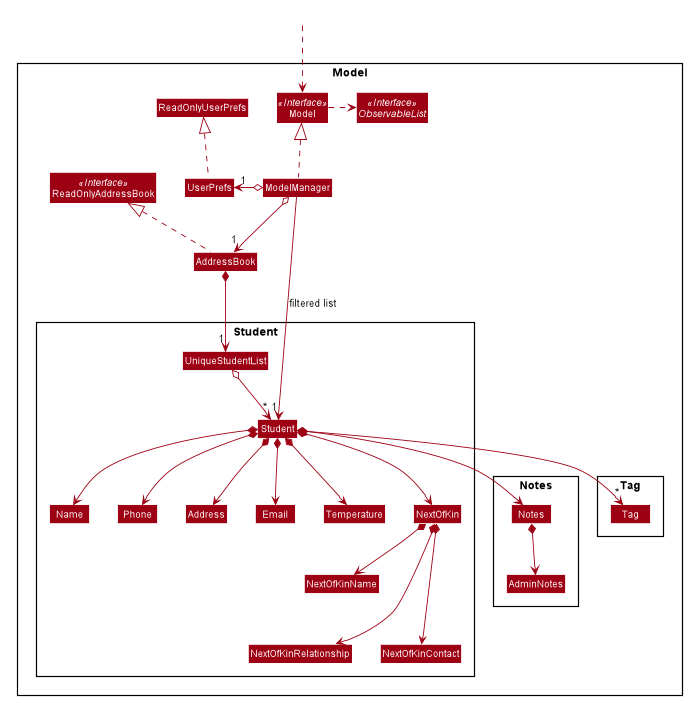
Above: docs/images/ModelClassDiagram.png in tingalinga/main (PlantUML), before the change.
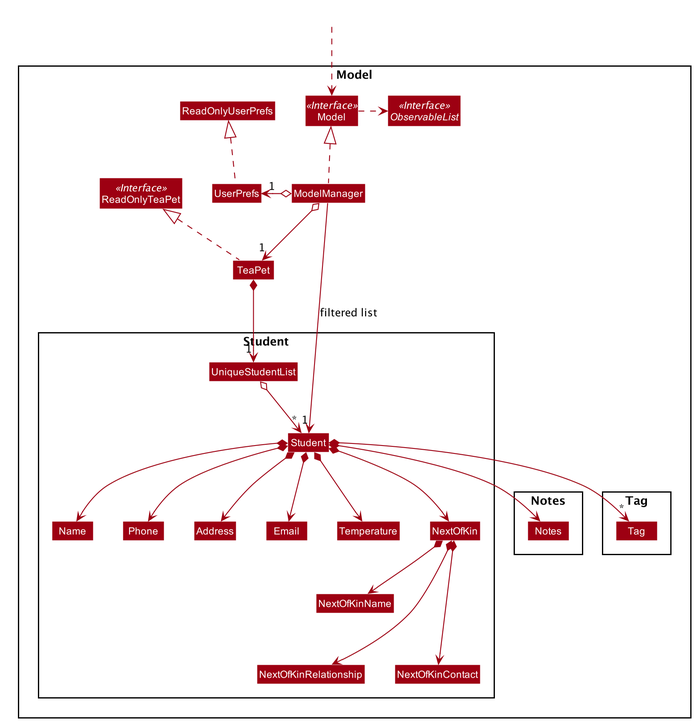
After the change.

Change to the diagram source:
```diff
@@ -52,11 +52,11 @@
 skinparam classBackgroundColor #9D0012
 
 Package Model <<Rectangle>>{
-Interface ReadOnlyAddressBook <<Interface>>
+Interface ReadOnlyTeaPet <<Interface>>
 Interface Model <<Interface>>
 Interface ObservableList <<Interface>>
-Class AddressBook
-Class ReadOnlyAddressBook
+Class TeaPet
+Class ReadOnlyTeaPet
 Class Model
 Class ModelManager
 Class UserPrefs
@@ -79,8 +79,6 @@
 
 Package Notes {
 Class Notes
-Class AdminNotes
-Notes *--> AdminNotes
 }
 
 Package Tag {
@@ -91,15 +89,15 @@
 Class HiddenOutside #FFFFFF
 HiddenOutside ..> Model
 
-AddressBook .up.|> ReadOnlyAddressBook
+TeaPet .up.|> ReadOnlyTeaPet
 
 ModelManager .up.|> Model
 Model .right.> ObservableList
-ModelManager o--> "1" AddressBook
+ModelManager o--> "1" TeaPet
 ModelManager o-left-> "1" UserPrefs
 UserPrefs .up.|> ReadOnlyUserPrefs
 
-AddressBook *--> "1" UniqueStudentList
+TeaPet *--> "1" UniqueStudentList
 UniqueStudentList o--> "*" Student
 Student *--> Name
 Student *--> Phone
```
